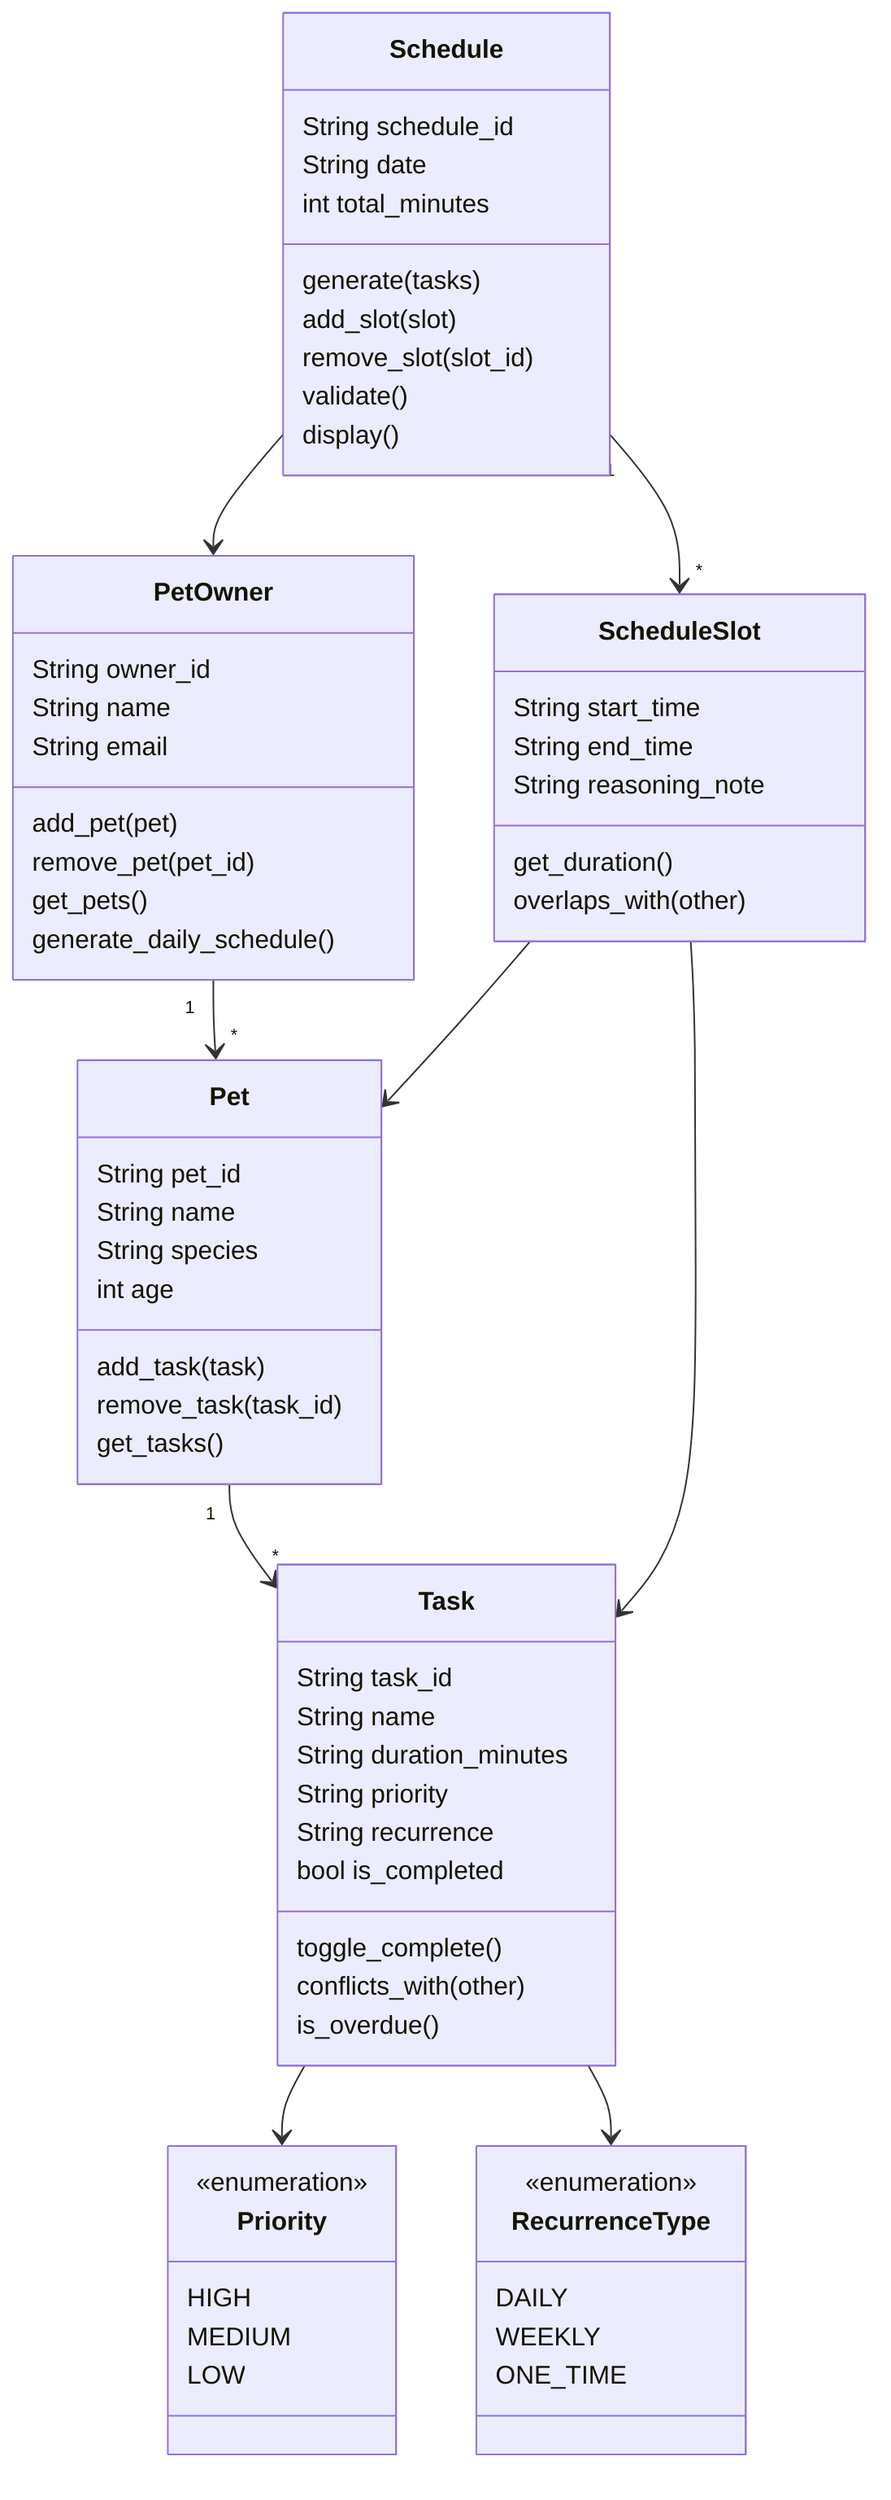
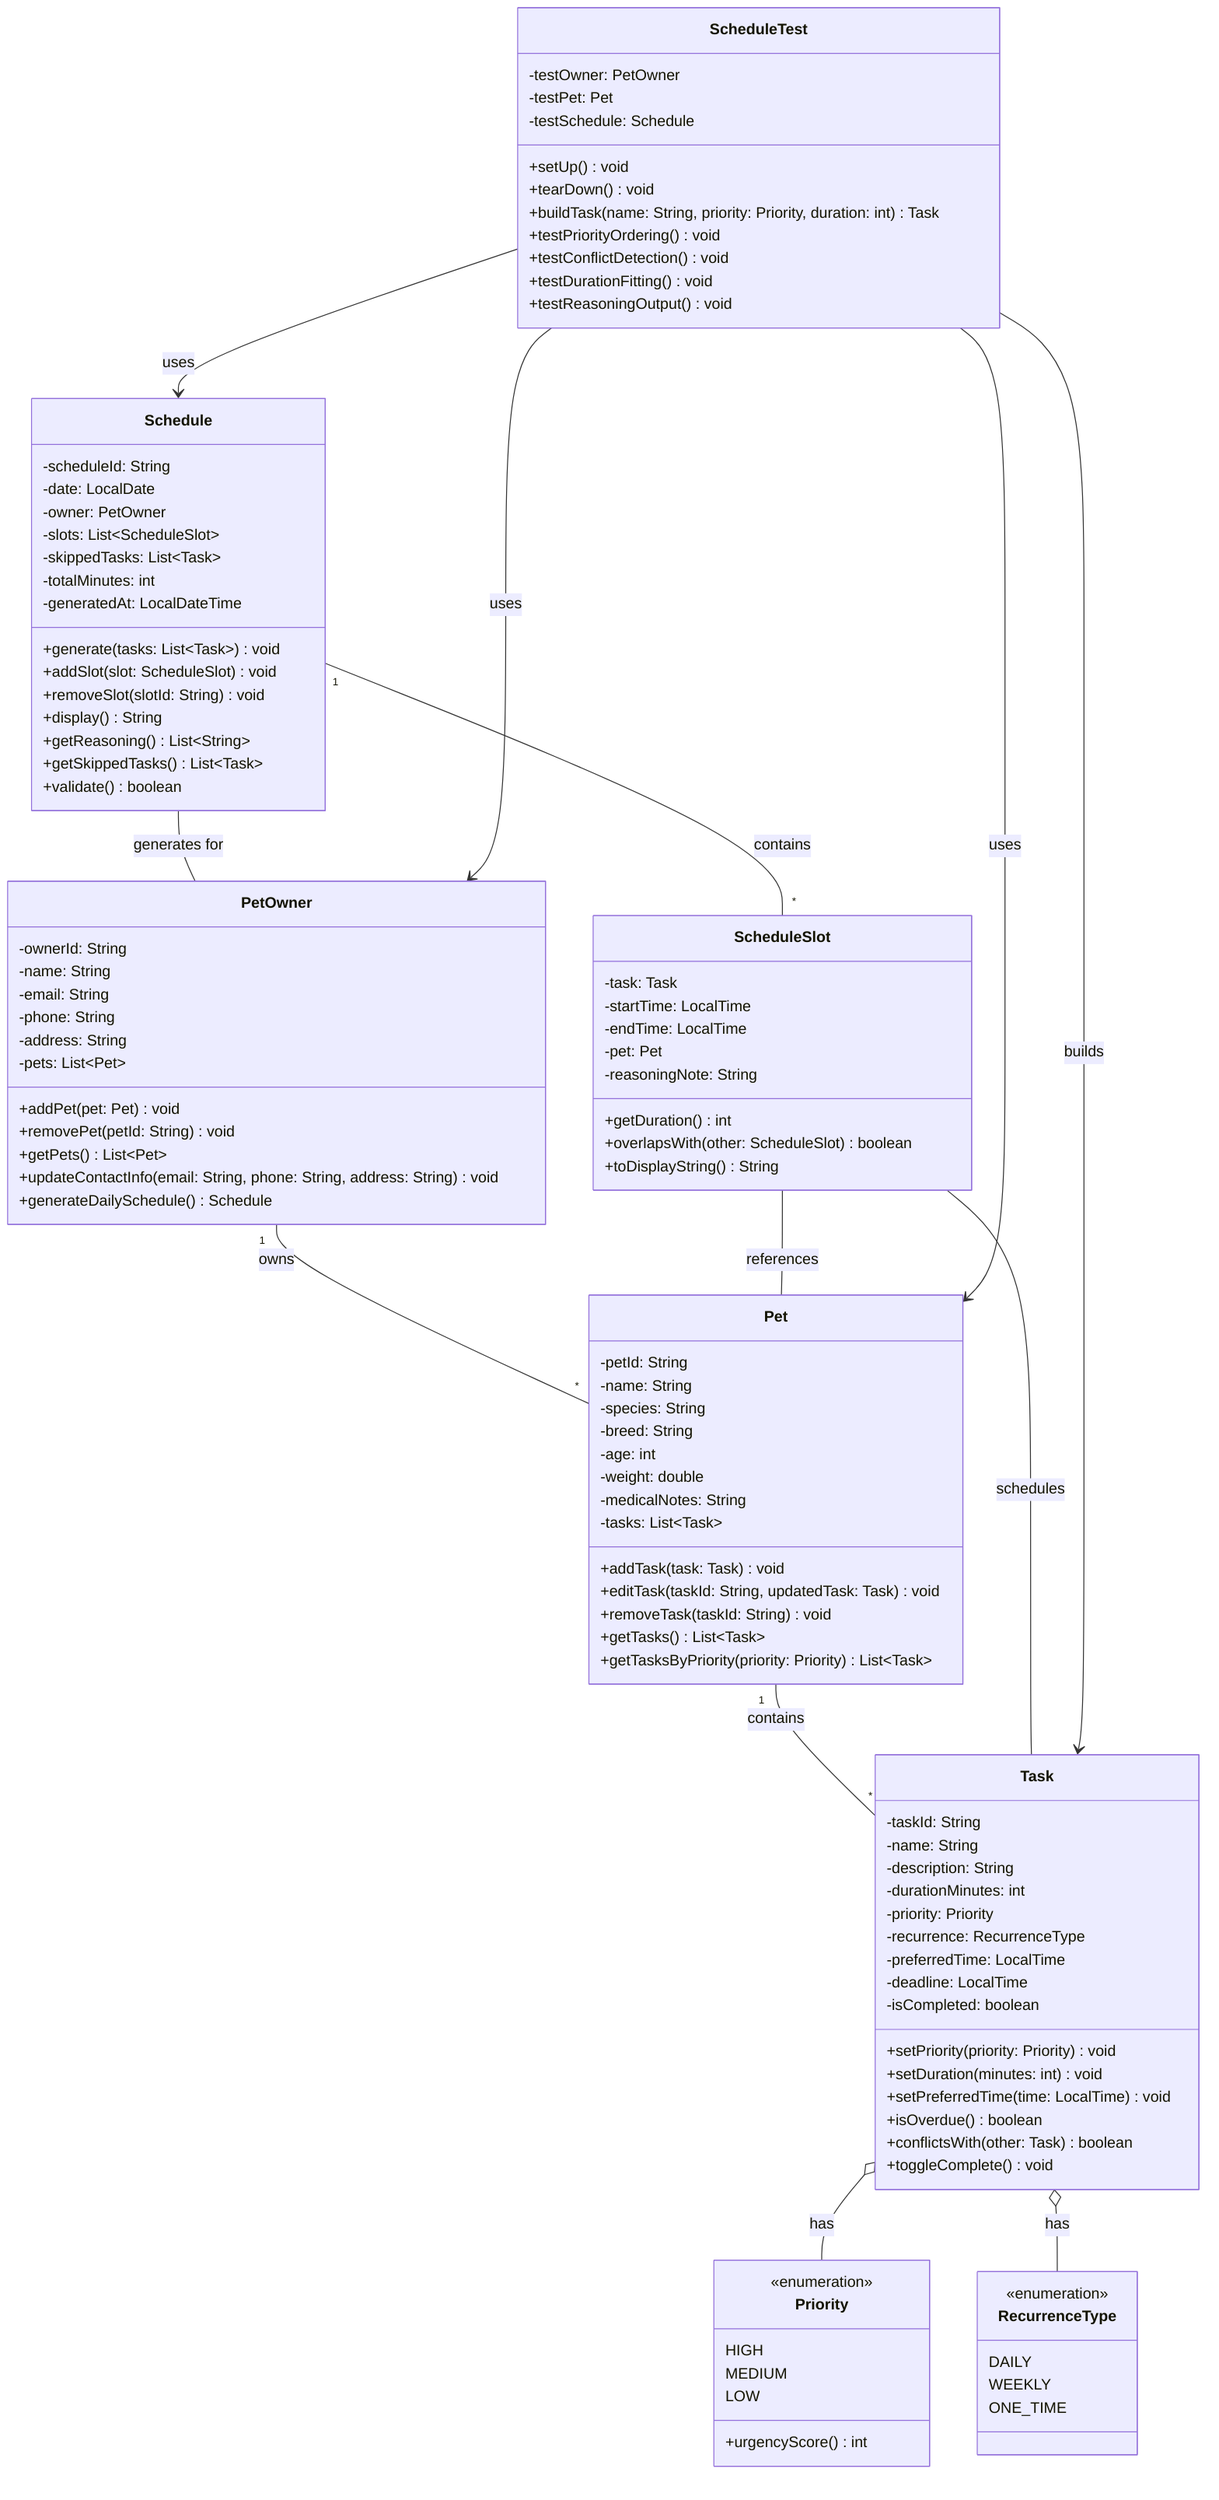
classDiagram
+     %% PawPal Pet Care App - Class Diagram
+     %% Core domain model for scheduling and managing pet care tasks
+ 
    class PetOwner {
-         String owner_id
-         String name
-         String email
-         add_pet(pet)
-         remove_pet(pet_id)
-         get_pets()
-         generate_daily_schedule()
+         -ownerId: String
+         -name: String
+         -email: String
+         -phone: String
+         -address: String
+         -pets: List~Pet~
+         +addPet(pet: Pet) void
+         +removePet(petId: String) void
+         +getPets() List~Pet~
+         +updateContactInfo(email: String, phone: String, address: String) void
+         +generateDailySchedule() Schedule
    }

    class Pet {
-         String pet_id
-         String name
-         String species
-         int age
-         add_task(task)
-         remove_task(task_id)
-         get_tasks()
+         -petId: String
+         -name: String
+         -species: String
+         -breed: String
+         -age: int
+         -weight: double
+         -medicalNotes: String
+         -tasks: List~Task~
+         +addTask(task: Task) void
+         +editTask(taskId: String, updatedTask: Task) void
+         +removeTask(taskId: String) void
+         +getTasks() List~Task~
+         +getTasksByPriority(priority: Priority) List~Task~
    }

    class Task {
-         String task_id
-         String name
-         String duration_minutes
-         String priority
-         String recurrence
-         bool is_completed
-         toggle_complete()
-         conflicts_with(other)
-         is_overdue()
-     }
- 
-     class Schedule {
-         String schedule_id
-         String date
-         int total_minutes
-         generate(tasks)
-         add_slot(slot)
-         remove_slot(slot_id)
-         validate()
-         display()
-     }
- 
-     class ScheduleSlot {
-         String start_time
-         String end_time
-         String reasoning_note
-         get_duration()
-         overlaps_with(other)
+         -taskId: String
+         -name: String
+         -description: String
+         -durationMinutes: int
+         -priority: Priority
+         -recurrence: RecurrenceType
+         -preferredTime: LocalTime
+         -deadline: LocalTime
+         -isCompleted: boolean
+         +setPriority(priority: Priority) void
+         +setDuration(minutes: int) void
+         +setPreferredTime(time: LocalTime) void
+         +isOverdue() boolean
+         +conflictsWith(other: Task) boolean
+         +toggleComplete() void
    }

    class Priority {
        <<enumeration>>
        HIGH
        MEDIUM
        LOW
+         +urgencyScore() int
    }

    class RecurrenceType {
        <<enumeration>>
        DAILY
        WEEKLY
        ONE_TIME
    }

-     PetOwner "1" --> "*" Pet
-     Pet "1" --> "*" Task
-     Task --> Priority
-     Task --> RecurrenceType
-     Schedule "1" --> "*" ScheduleSlot
-     Schedule --> PetOwner
-     ScheduleSlot --> Task
-     ScheduleSlot --> Pet
+     class ScheduleSlot {
+         -task: Task
+         -startTime: LocalTime
+         -endTime: LocalTime
+         -pet: Pet
+         -reasoningNote: String
+         +getDuration() int
+         +overlapsWith(other: ScheduleSlot) boolean
+         +toDisplayString() String
+     }
+ 
+     class Schedule {
+         -scheduleId: String
+         -date: LocalDate
+         -owner: PetOwner
+         -slots: List~ScheduleSlot~
+         -skippedTasks: List~Task~
+         -totalMinutes: int
+         -generatedAt: LocalDateTime
+         +generate(tasks: List~Task~) void
+         +addSlot(slot: ScheduleSlot) void
+         +removeSlot(slotId: String) void
+         +display() String
+         +getReasoning() List~String~
+         +getSkippedTasks() List~Task~
+         +validate() boolean
+     }
+ 
+     class ScheduleTest {
+         -testOwner: PetOwner
+         -testPet: Pet
+         -testSchedule: Schedule
+         +setUp() void
+         +tearDown() void
+         +buildTask(name: String, priority: Priority, duration: int) Task
+         +testPriorityOrdering() void
+         +testConflictDetection() void
+         +testDurationFitting() void
+         +testReasoningOutput() void
+     }
+ 
+     %% Relationships
+     %% Core domain relationships
+     PetOwner "1" -- "*" Pet : owns
+     Pet "1" -- "*" Task : contains
+     Task o-- Priority : has
+     Task o-- RecurrenceType : has
+ 
+     %% Schedule composition
+     Schedule "1" -- "*" ScheduleSlot : contains
+     Schedule -- PetOwner : generates for
+ 
+     %% ScheduleSlot references
+     ScheduleSlot -- Task : schedules
+     ScheduleSlot -- Pet : references
+ 
+     %% Test fixture dependencies
+     ScheduleTest --> PetOwner : uses
+     ScheduleTest --> Pet : uses
+     ScheduleTest --> Schedule : uses
+     ScheduleTest --> Task : builds
+ 
